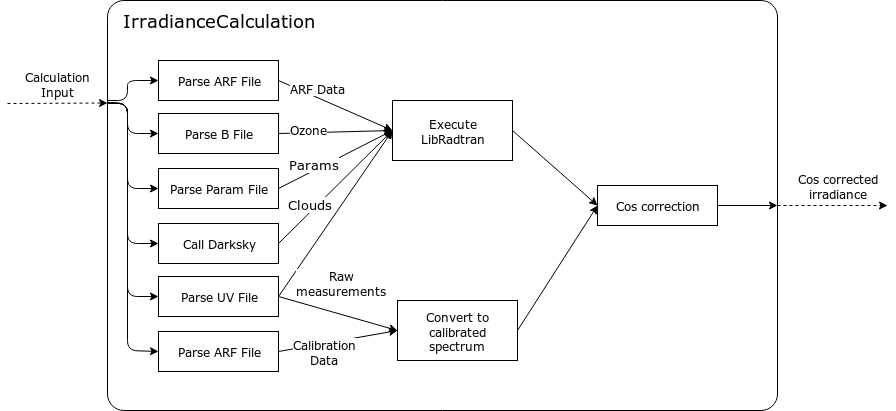
Earlier version of the draw.io export assets/technical_detail_2.png (pec0ra/buvic). Source tidied: cells renumbered, new cells last; positions are measured from the earlier drawing's top-left corner, leaving out a move shared by most shapes.
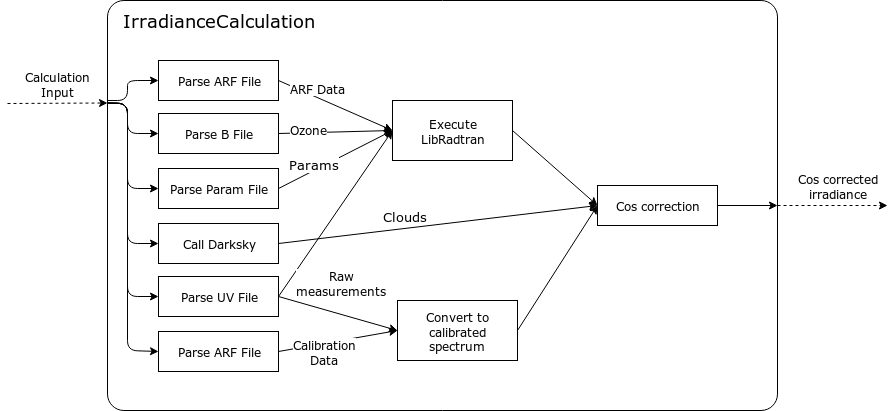
Above is the later version.

The edit, as a diff of the source:
```diff
@@ -145,12 +145,12 @@
         <mxPoint x="2" y="-5" as="offset" />
       </mxGeometry>
     </mxCell>
-    <mxCell id="36" style="endArrow=classic;html=1;fontFamily=Verdana;fontSize=13;fontColor=#000000;exitX=1;exitY=0.5;exitDx=0;exitDy=0;entryX=0;entryY=0.5;entryDx=0;entryDy=0;" parent="1" edge="1" source="31" target="13">
+    <mxCell id="36" style="endArrow=classic;html=1;fontFamily=Verdana;fontSize=13;fontColor=#000000;exitX=1;exitY=0.5;exitDx=0;exitDy=0;entryX=0;entryY=0.5;entryDx=0;entryDy=0;" parent="1" edge="1" source="31" target="20">
       <mxGeometry relative="1" as="geometry" />
     </mxCell>
     <mxCell id="37" value="Clouds" style="text;html=1;align=center;verticalAlign=middle;labelBackgroundColor=#ffffff;fontSize=13;fontFamily=Verdana;fontColor=#000000;" parent="36" vertex="1">
       <mxGeometry x="-0.45" y="1" relative="1" as="geometry">
-        <mxPoint x="1" y="-8" as="offset" />
+        <mxPoint x="38" y="-16" as="offset" />
       </mxGeometry>
     </mxCell>
     <mxCell id="38" style="endArrow=classic;html=1;entryX=0;entryY=0.5;entryDx=0;entryDy=0;fontFamily=Verdana;" parent="1" edge="1" target="6">
```
